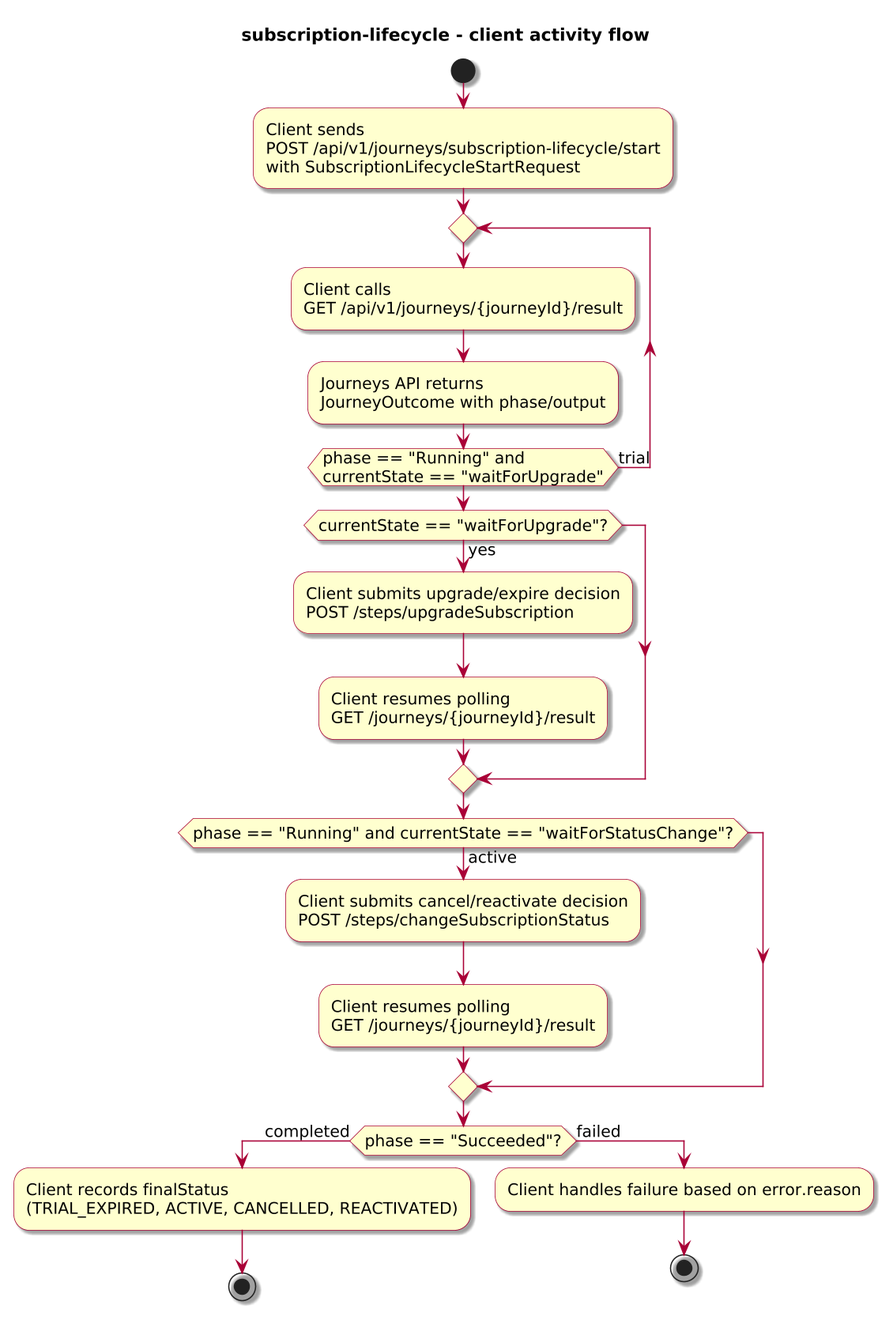
Above: docs/3-reference/examples/business/subscription-lifecycle/diagrams/subscription-lifecycle-activity.png in ivanstambuk/journeyforge (PlantUML), before the change.
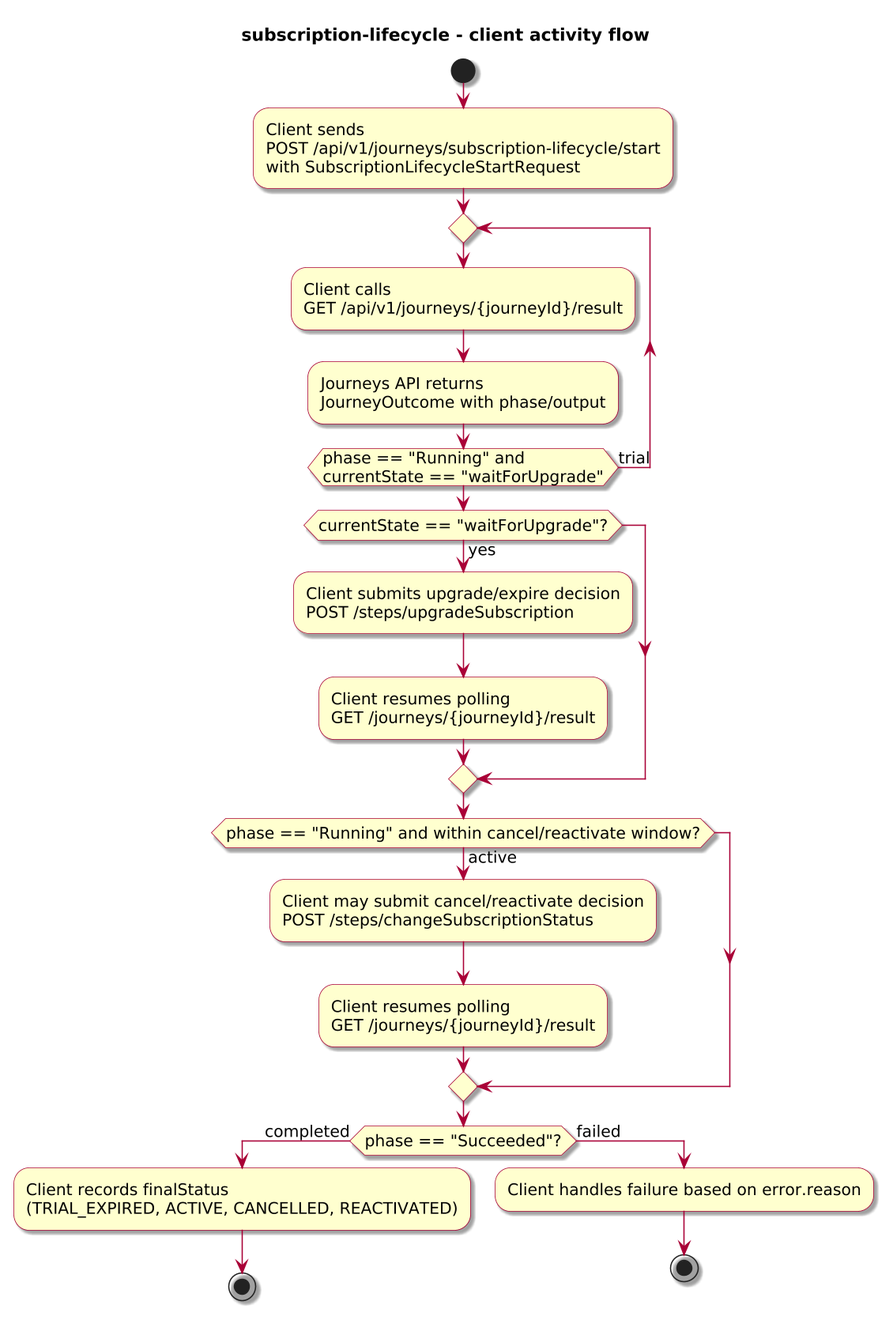
Above is the later version.

Diff of the diagram source:
```diff
@@ -16,8 +16,8 @@
   :Client resumes polling\nGET /journeys/{journeyId}/result;
 endif
 
-if (phase == "Running" and currentState == "waitForStatusChange"?) then (active)
-  :Client submits cancel/reactivate decision\nPOST /steps/changeSubscriptionStatus;
+if (phase == "Running" and within cancel/reactivate window?) then (active)
+  :Client may submit cancel/reactivate decision\nPOST /steps/changeSubscriptionStatus;
   :Client resumes polling\nGET /journeys/{journeyId}/result;
 endif
 
```
